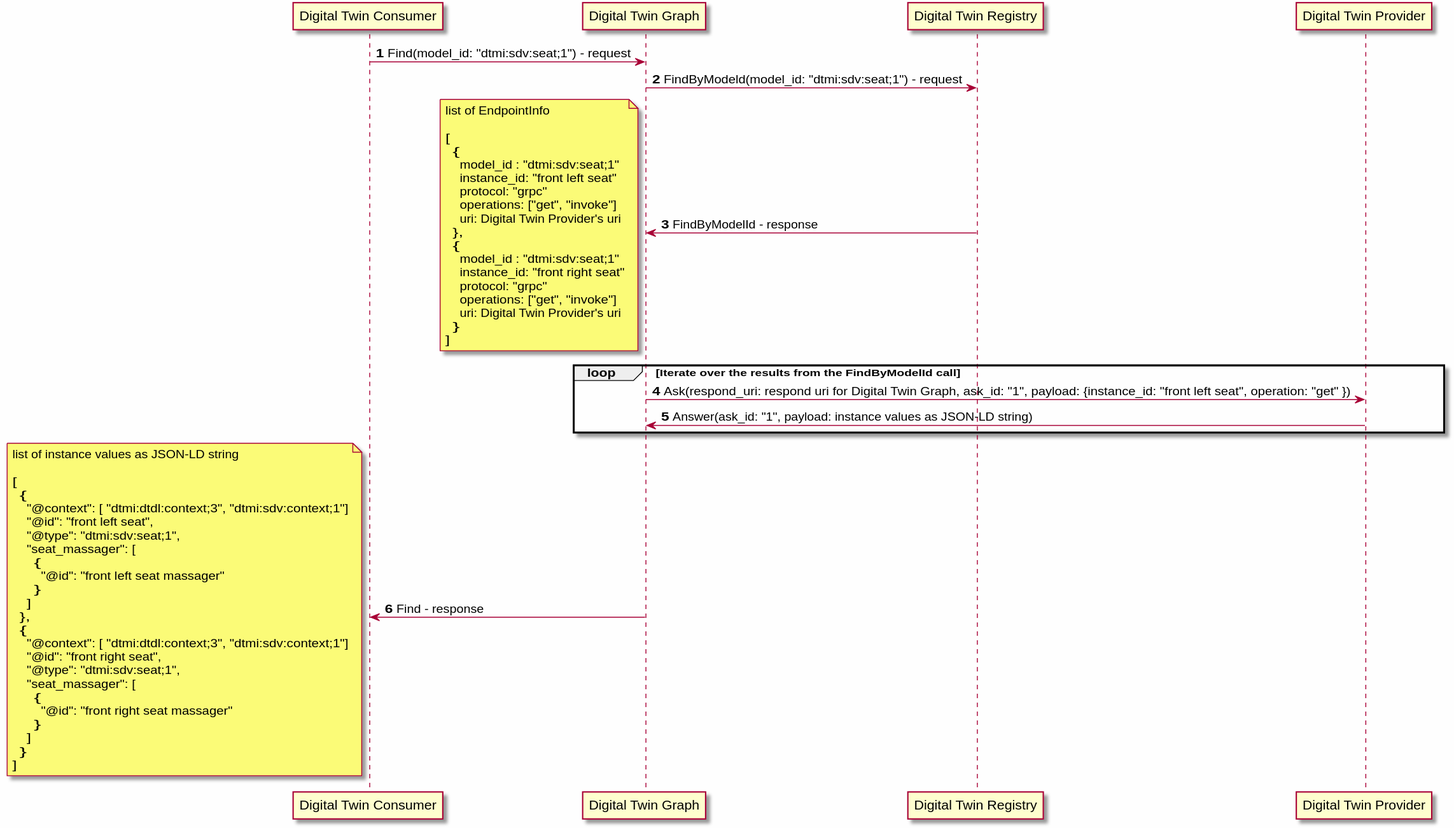
eclipse-ibeji/ibeji keeps this PlantUML diagram as docs/design/modules/digital_twin_graph/diagrams/find_sequence.svg. Above is the earlier version.
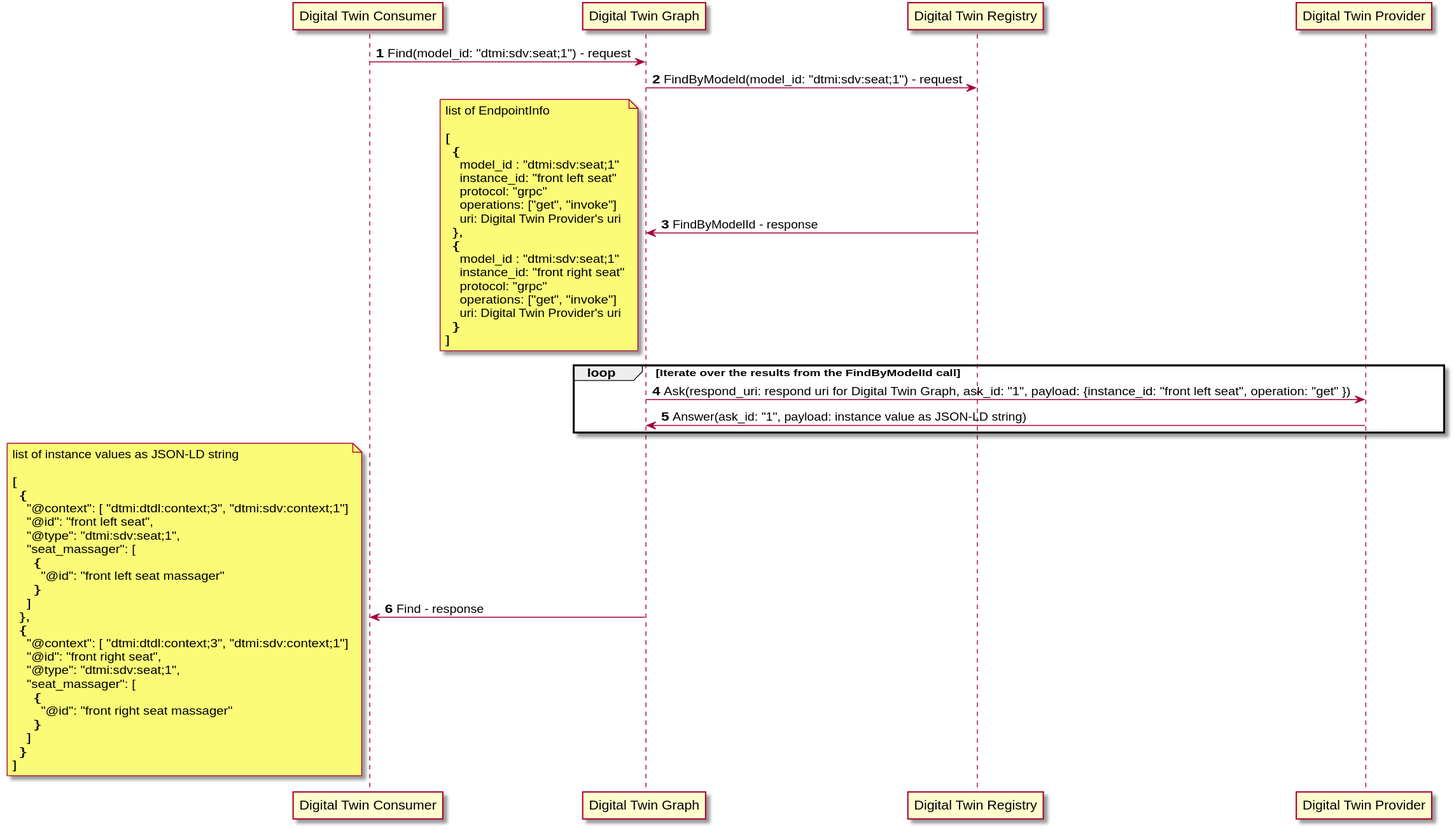
Later version of the same file.

Commit message:
Digital Twin Graph

Diff of the diagram source:
```diff
@@ -1,5 +1,4 @@
 @startuml
-skinparamlocked backgroundColor fefefe
 
 autonumber
 
@@ -36,7 +35,7 @@
 
 loop Iterate over the results from the FindByModelId call
   DIGITAL_TWIN_GRAPH -> PROVIDER: Ask(respond_uri: respond uri for Digital Twin Graph, ask_id: "1", payload: {instance_id: "front left seat", operation: "get" })
-  DIGITAL_TWIN_GRAPH <- PROVIDER: Answer(ask_id: "1", payload: instance values as JSON-LD string)
+  DIGITAL_TWIN_GRAPH <- PROVIDER: Answer(ask_id: "1", payload: instance value as JSON-LD string)
 end
 
 CONSUMER <- DIGITAL_TWIN_GRAPH: Find - response
```
